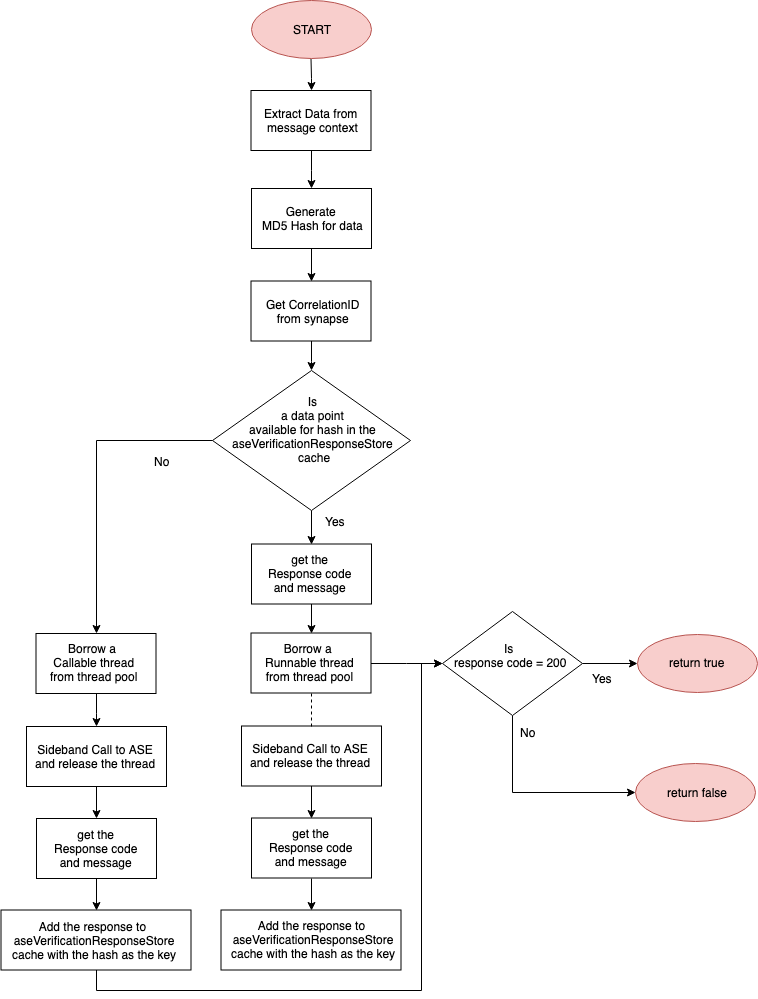
wso2-extensions/apim-handler-pingai keeps this draw.io diagram as images/hybridFlow.png. Above is the earlier version. Source tidied: cells renumbered, new cells last; positions are measured from the earlier drawing's top-left corner, leaving out a move shared by most shapes.
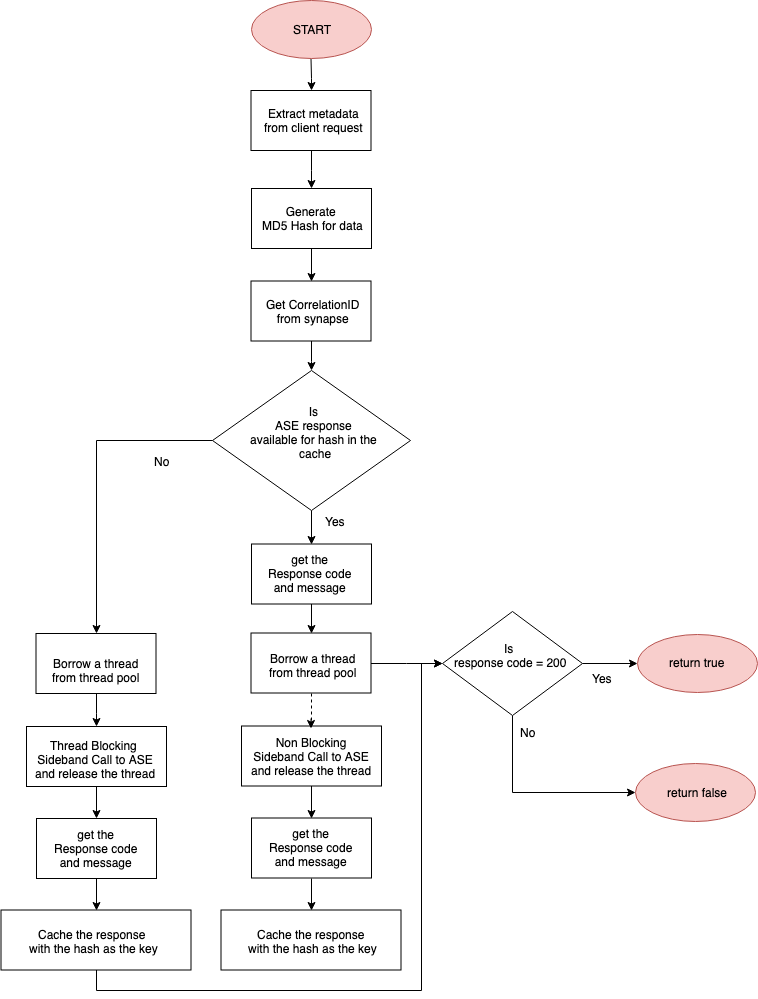
Later version of the same file.

Commit message:
flow charts updated, defualt configurations changed, carbon.apimgt.verion added to import packages in pom

What changed in the source:
```diff
@@ -8,7 +8,7 @@
     <mxCell id="3" style="rounded=0;whiteSpace=wrap;html=1;" parent="1" vertex="1">
       <mxGeometry x="249.5" y="90" width="120" height="60" as="geometry" />
     </mxCell>
-    <mxCell id="4" value="&lt;div style=&quot;text-align: center&quot;&gt;Extract Data from&amp;nbsp;&lt;/div&gt;&lt;div style=&quot;text-align: center&quot;&gt;message context&lt;/div&gt;" style="text;html=1;align=left;verticalAlign=top;spacingTop=-4;" parent="1" vertex="1">
+    <mxCell id="4" value="&lt;div style=&quot;text-align: center&quot;&gt;&lt;div&gt;Extract metadata&lt;/div&gt;&lt;div&gt;from client request&lt;/div&gt;&lt;/div&gt;" style="text;html=1;align=left;verticalAlign=top;spacingTop=-4;" parent="1" vertex="1">
       <mxGeometry x="260.5" y="104" width="110" height="30" as="geometry" />
     </mxCell>
     <mxCell id="5" style="edgeStyle=orthogonalEdgeStyle;rounded=0;jettySize=auto;html=1;entryX=0.5;entryY=0;entryDx=0;entryDy=0;" parent="1" edge="1" source="6" target="16">
@@ -29,8 +29,8 @@
     <mxCell id="10" style="rhombus;whiteSpace=wrap;html=1;" parent="1" vertex="1">
       <mxGeometry x="211" y="370" width="198" height="140" as="geometry" />
     </mxCell>
-    <mxCell id="11" value="&lt;div style=&quot;text-align: center&quot;&gt;Is&amp;nbsp;&lt;/div&gt;&lt;div style=&quot;text-align: center&quot;&gt;a data point&amp;nbsp;&lt;/div&gt;&lt;div style=&quot;text-align: center&quot;&gt;available for hash in the&amp;nbsp;&lt;/div&gt;&lt;div style=&quot;text-align: center&quot;&gt;aseVerificationResponseStore&amp;nbsp;&lt;/div&gt;&lt;div style=&quot;text-align: center&quot;&gt;cache&lt;/div&gt;" style="text;html=1;align=left;verticalAlign=top;spacingTop=-4;" parent="1" vertex="1">
-      <mxGeometry x="229" y="392" width="180" height="70" as="geometry" />
+    <mxCell id="11" value="&lt;div style=&quot;text-align: center&quot;&gt;&lt;div&gt;Is&amp;nbsp;&lt;/div&gt;&lt;div&gt;ASE response&amp;nbsp;&lt;/div&gt;&lt;div&gt;available for hash in the&amp;nbsp;&lt;/div&gt;&lt;div&gt;cache&lt;/div&gt;&lt;/div&gt;" style="text;html=1;align=left;verticalAlign=top;spacingTop=-4;" parent="1" vertex="1">
+      <mxGeometry x="247" y="402" width="150" height="60" as="geometry" />
     </mxCell>
     <mxCell id="12" style="edgeStyle=orthogonalEdgeStyle;rounded=0;jettySize=auto;html=1;exitX=0.5;exitY=1;exitDx=0;exitDy=0;entryX=0;entryY=0.5;entryDx=0;entryDy=0;" parent="1" edge="1" source="14" target="27">
       <mxGeometry relative="1" as="geometry" />
@@ -56,8 +56,8 @@
     <mxCell id="19" style="rounded=0;whiteSpace=wrap;html=1;" parent="1" vertex="1">
       <mxGeometry x="34.5" y="633" width="120" height="60" as="geometry" />
     </mxCell>
-    <mxCell id="20" value="&lt;div style=&quot;text-align: center&quot;&gt;Borrow a&amp;nbsp;&lt;/div&gt;&lt;div style=&quot;text-align: center&quot;&gt;Callable&amp;nbsp;&lt;span&gt;thread&lt;/span&gt;&lt;/div&gt;&lt;div style=&quot;text-align: center&quot;&gt;from thread pool&lt;/div&gt;" style="text;html=1;align=left;verticalAlign=top;spacingTop=-4;" parent="1" vertex="1">
-      <mxGeometry x="47" y="639" width="100" height="40" as="geometry" />
+    <mxCell id="20" value="&lt;div style=&quot;text-align: center&quot;&gt;Borrow a&amp;nbsp;&lt;span&gt;thread&lt;/span&gt;&lt;/div&gt;&lt;div style=&quot;text-align: center&quot;&gt;from thread pool&lt;/div&gt;" style="text;html=1;align=left;verticalAlign=top;spacingTop=-4;" parent="1" vertex="1">
+      <mxGeometry x="49" y="654" width="100" height="30" as="geometry" />
     </mxCell>
     <mxCell id="21" style="edgeStyle=orthogonalEdgeStyle;rounded=0;jettySize=auto;html=1;entryX=0.5;entryY=0;entryDx=0;entryDy=0;" parent="1" edge="1" source="22" target="43">
       <mxGeometry relative="1" as="geometry" />
@@ -101,8 +101,8 @@
     <mxCell id="34" style="rounded=0;whiteSpace=wrap;html=1;" parent="1" vertex="1">
       <mxGeometry x="25" y="726" width="140" height="60" as="geometry" />
     </mxCell>
-    <mxCell id="35" value="&lt;div style=&quot;text-align: center&quot;&gt;Sideband Call to ASE&lt;/div&gt;&lt;div style=&quot;text-align: center&quot;&gt;and release the thread&lt;/div&gt;" style="text;html=1;align=left;verticalAlign=top;spacingTop=-4;" parent="1" vertex="1">
-      <mxGeometry x="32" y="739.5" width="140" height="30" as="geometry" />
+    <mxCell id="35" value="&lt;div style=&quot;text-align: center&quot;&gt;Thread Blocking&amp;nbsp;&lt;/div&gt;&lt;div style=&quot;text-align: center&quot;&gt;Sideband Call to ASE&lt;/div&gt;&lt;div style=&quot;text-align: center&quot;&gt;and release the thread&lt;/div&gt;" style="text;html=1;align=left;verticalAlign=top;spacingTop=-4;" parent="1" vertex="1">
+      <mxGeometry x="32" y="736" width="140" height="40" as="geometry" />
     </mxCell>
     <mxCell id="36" style="edgeStyle=orthogonalEdgeStyle;rounded=0;jettySize=auto;html=1;entryX=0;entryY=0.5;entryDx=0;entryDy=0;" parent="1" edge="1" source="37" target="14">
       <mxGeometry relative="1" as="geometry">
@@ -116,8 +116,8 @@
     <mxCell id="37" style="rounded=0;whiteSpace=wrap;html=1;" parent="1" vertex="1">
       <mxGeometry x="-0.5" y="909.5" width="190" height="60" as="geometry" />
     </mxCell>
-    <mxCell id="38" value="&lt;div style=&quot;text-align: center&quot;&gt;Add the response to&amp;nbsp;&lt;/div&gt;&lt;div style=&quot;text-align: center&quot;&gt;aseVerificationResponseStore&lt;/div&gt;&lt;div style=&quot;text-align: center&quot;&gt;cache with the hash as the key&lt;/div&gt;" style="text;html=1;align=left;verticalAlign=top;spacingTop=-4;" parent="1" vertex="1">
-      <mxGeometry x="9" y="916.5" width="180" height="40" as="geometry" />
+    <mxCell id="38" value="&lt;div style=&quot;text-align: center&quot;&gt;&lt;div&gt;Cache the response&amp;nbsp;&lt;/div&gt;&lt;div&gt;with the hash as the key&lt;/div&gt;&lt;/div&gt;" style="text;html=1;align=left;verticalAlign=top;spacingTop=-4;" parent="1" vertex="1">
+      <mxGeometry x="26" y="924.5" width="140" height="30" as="geometry" />
     </mxCell>
     <mxCell id="39" style="rounded=0;whiteSpace=wrap;html=1;" parent="1" vertex="1">
       <mxGeometry x="35" y="818" width="120" height="60" as="geometry" />
@@ -134,8 +134,8 @@
     <mxCell id="43" style="rounded=0;whiteSpace=wrap;html=1;" parent="1" vertex="1">
       <mxGeometry x="249.5" y="632.5" width="120" height="60" as="geometry" />
     </mxCell>
-    <mxCell id="44" value="&lt;div style=&quot;text-align: center&quot;&gt;Borrow a&amp;nbsp;&lt;/div&gt;&lt;div style=&quot;text-align: center&quot;&gt;Runnable&amp;nbsp;&lt;span&gt;thread&lt;/span&gt;&lt;/div&gt;&lt;div style=&quot;text-align: center&quot;&gt;from thread pool&lt;/div&gt;" style="text;html=1;align=left;verticalAlign=top;spacingTop=-4;" parent="1" vertex="1">
-      <mxGeometry x="262" y="638.5" width="100" height="40" as="geometry" />
+    <mxCell id="44" value="&lt;div style=&quot;text-align: center&quot;&gt;Borrow a&lt;span&gt;&amp;nbsp;&lt;/span&gt;&lt;span&gt;thread&lt;/span&gt;&lt;/div&gt;&lt;div style=&quot;text-align: center&quot;&gt;from thread pool&lt;/div&gt;" style="text;html=1;align=left;verticalAlign=top;spacingTop=-4;" parent="1" vertex="1">
+      <mxGeometry x="266" y="649" width="100" height="30" as="geometry" />
     </mxCell>
     <mxCell id="45" style="edgeStyle=orthogonalEdgeStyle;rounded=0;jettySize=auto;html=1;entryX=0.5;entryY=0;entryDx=0;entryDy=0;" parent="1" edge="1" source="46" target="50">
       <mxGeometry relative="1" as="geometry" />
@@ -143,14 +143,14 @@
     <mxCell id="46" style="rounded=0;whiteSpace=wrap;html=1;" parent="1" vertex="1">
       <mxGeometry x="240" y="725.5" width="140" height="60" as="geometry" />
     </mxCell>
-    <mxCell id="47" value="&lt;div style=&quot;text-align: center&quot;&gt;Sideband Call to ASE&lt;/div&gt;&lt;div style=&quot;text-align: center&quot;&gt;and release the thread&lt;/div&gt;" style="text;html=1;align=left;verticalAlign=top;spacingTop=-4;" parent="1" vertex="1">
-      <mxGeometry x="247" y="739" width="140" height="30" as="geometry" />
+    <mxCell id="47" value="&lt;div style=&quot;text-align: center&quot;&gt;Non Blocking&lt;/div&gt;&lt;div style=&quot;text-align: center&quot;&gt;Sideband Call to ASE&lt;/div&gt;&lt;div style=&quot;text-align: center&quot;&gt;and release the thread&lt;/div&gt;" style="text;html=1;align=left;verticalAlign=top;spacingTop=-4;" parent="1" vertex="1">
+      <mxGeometry x="248" y="733" width="140" height="40" as="geometry" />
     </mxCell>
     <mxCell id="48" style="rounded=0;whiteSpace=wrap;html=1;" parent="1" vertex="1">
       <mxGeometry x="219.5" y="909.5" width="180" height="60" as="geometry" />
     </mxCell>
-    <mxCell id="49" value="&lt;div style=&quot;text-align: center&quot;&gt;Add the response to&amp;nbsp;&lt;/div&gt;&lt;div style=&quot;text-align: center&quot;&gt;aseVerificationResponseStore&lt;/div&gt;&lt;div style=&quot;text-align: center&quot;&gt;cache with the hash as the key&lt;/div&gt;" style="text;html=1;align=left;verticalAlign=top;spacingTop=-4;" parent="1" vertex="1">
-      <mxGeometry x="228" y="916" width="180" height="40" as="geometry" />
+    <mxCell id="49" value="&lt;div style=&quot;text-align: center&quot;&gt;&lt;div&gt;Cache the response&amp;nbsp;&lt;/div&gt;&lt;div&gt;with the hash as the key&lt;/div&gt;&lt;/div&gt;" style="text;html=1;align=left;verticalAlign=top;spacingTop=-4;" parent="1" vertex="1">
+      <mxGeometry x="245" y="924.5" width="140" height="30" as="geometry" />
     </mxCell>
     <mxCell id="50" style="rounded=0;whiteSpace=wrap;html=1;" parent="1" vertex="1">
       <mxGeometry x="250" y="817.5" width="120" height="60" as="geometry" />
@@ -170,5 +170,11 @@
     <mxCell id="55" value="Yes" style="text;html=1;align=left;verticalAlign=top;spacingTop=-4;" parent="1" vertex="1">
       <mxGeometry x="322" y="512" width="40" height="20" as="geometry" />
     </mxCell>
+    <mxCell id="56" style="endArrow=classic;html=1;" parent="1" edge="1">
+      <mxGeometry relative="1" as="geometry">
+        <mxPoint x="309.5" y="718" as="sourcePoint" />
+        <mxPoint x="309.5" y="728" as="targetPoint" />
+      </mxGeometry>
+    </mxCell>
   </root>
 </mxGraphModel>
```
